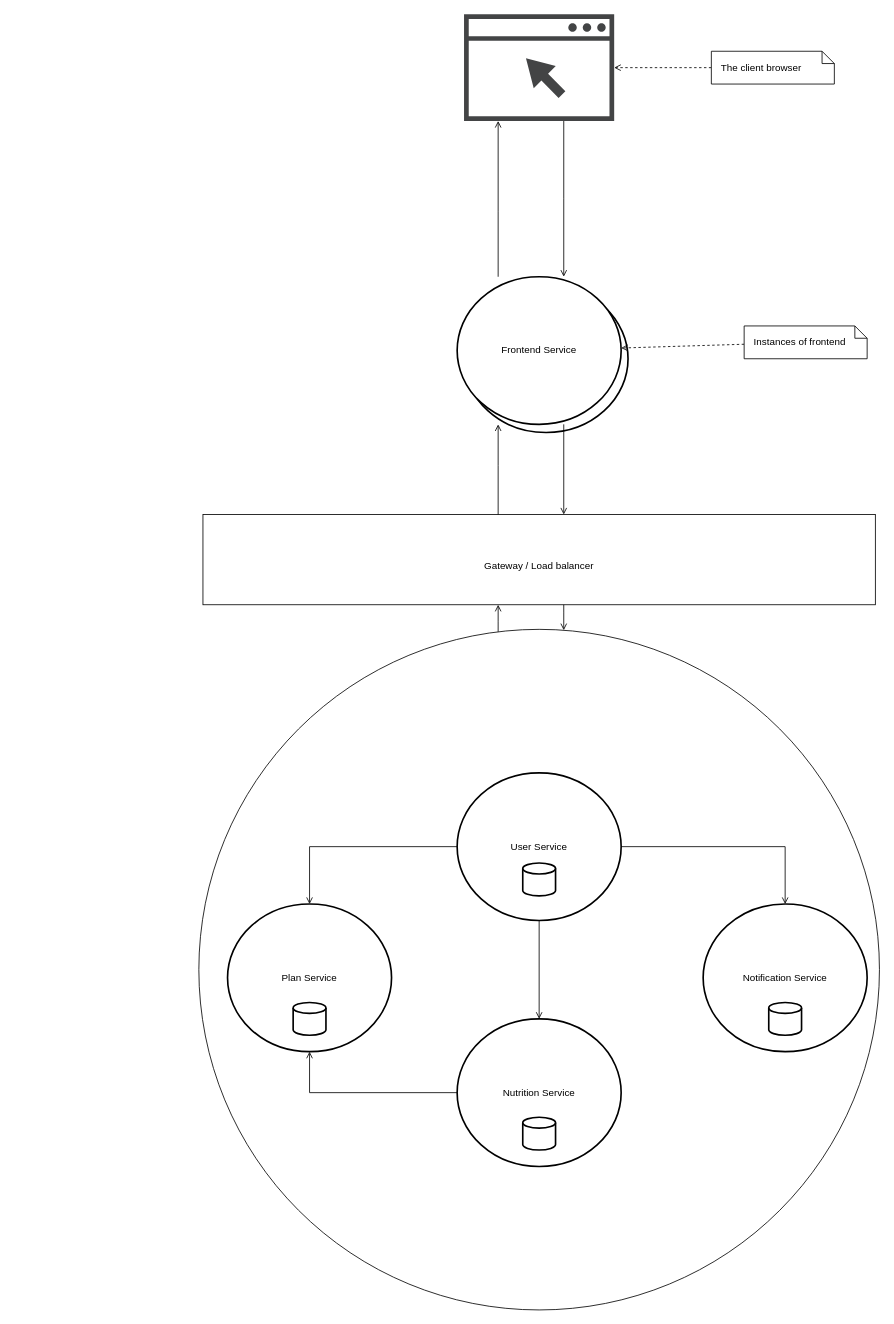
Above: page "service-diagram" (3 of 6) of documentation/keep-fit-diagrams.drawio in sgabriel190/keep-fit (draw.io), before the change. Source tidied: cells renumbered, new cells numbered last; positions are measured from the earlier drawing's top-left corner, leaving out a move shared by most shapes. Both pictures are drawn from the tidied source at 82%, with x=0, y=0 at pixel (198, 14).
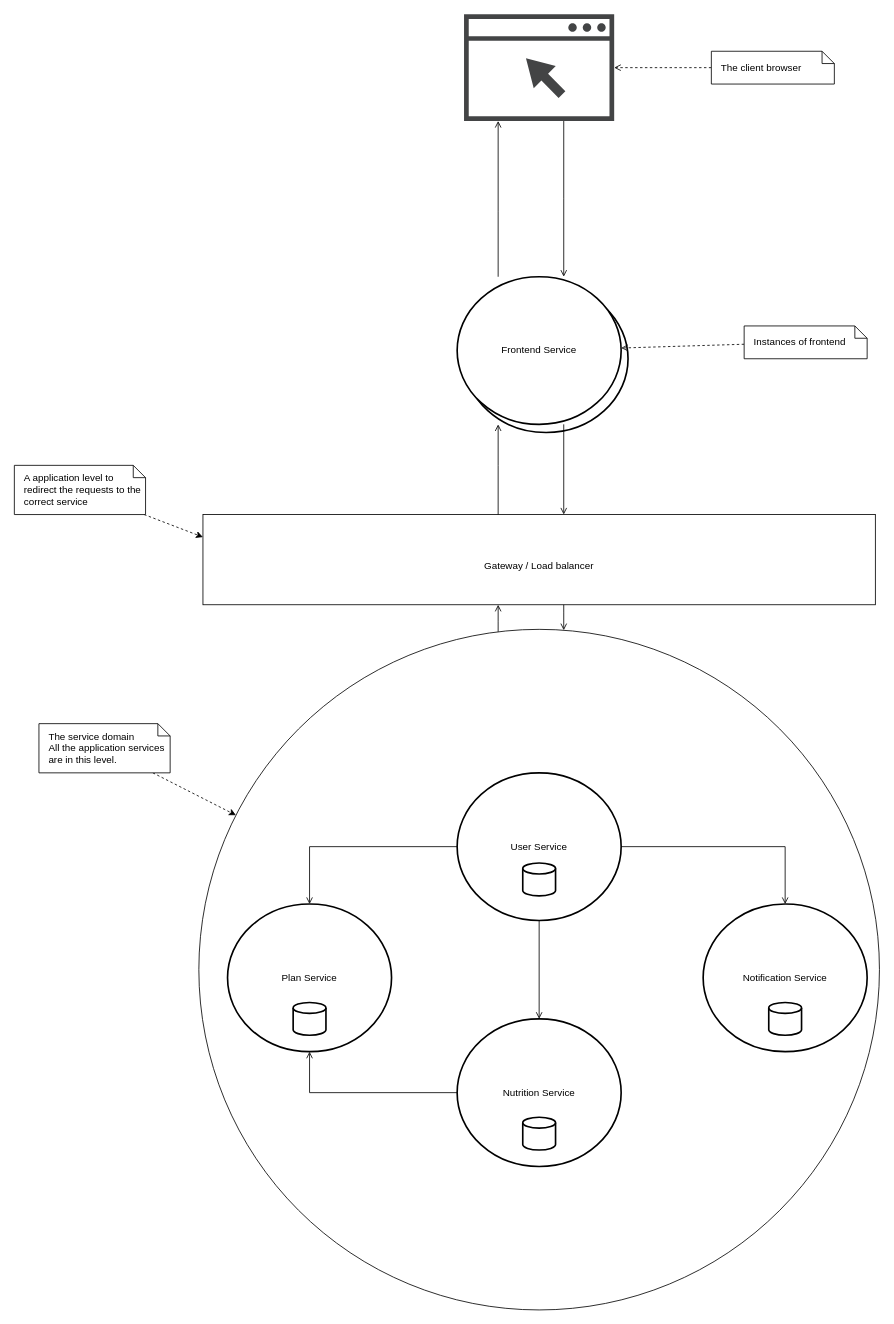
The same diagram, later.

Unchanged cells that the change refers to:
```xml
<mxCell id="5" style="ellipse;whiteSpace=wrap;html=1;fillColor=none;" parent="1" vertex="1">
  <mxGeometry y="750" width="830" height="830" as="geometry" />
</mxCell>
<mxCell id="16" value="&lt;br&gt;Gateway / Load balancer" style="rounded=0;whiteSpace=wrap;html=1;fillColor=none;" parent="1" vertex="1">
  <mxGeometry x="5" y="610" width="820" height="110" as="geometry" />
</mxCell>
```

Diff of the diagram source:
```diff
@@
+    <mxCell id="29" style="rounded=0;jettySize=auto;html=1;entryX=0;entryY=0.25;entryDx=0;entryDy=0;dashed=1;" parent="1" edge="1" source="30" target="16">
+      <mxGeometry relative="1" as="geometry" />
+    </mxCell>
+    <mxCell id="30" value="A application level to redirect the requests to the correct service" style="shape=note;size=15;align=left;spacingLeft=10;html=1;whiteSpace=wrap;fillColor=#ffffff;" parent="1" vertex="1">
+      <mxGeometry x="-225" y="550" width="160" height="60" as="geometry" />
+    </mxCell>
+    <mxCell id="31" style="edgeStyle=none;rounded=0;jettySize=auto;html=1;dashed=1;" parent="1" edge="1" source="32" target="5">
+      <mxGeometry relative="1" as="geometry" />
+    </mxCell>
+    <mxCell id="32" value="The service domain&lt;br&gt;All the application services are in this level." style="shape=note;size=15;align=left;spacingLeft=10;html=1;whiteSpace=wrap;fillColor=#ffffff;" parent="1" vertex="1">
+      <mxGeometry x="-195" y="865" width="160" height="60" as="geometry" />
+    </mxCell>
```
